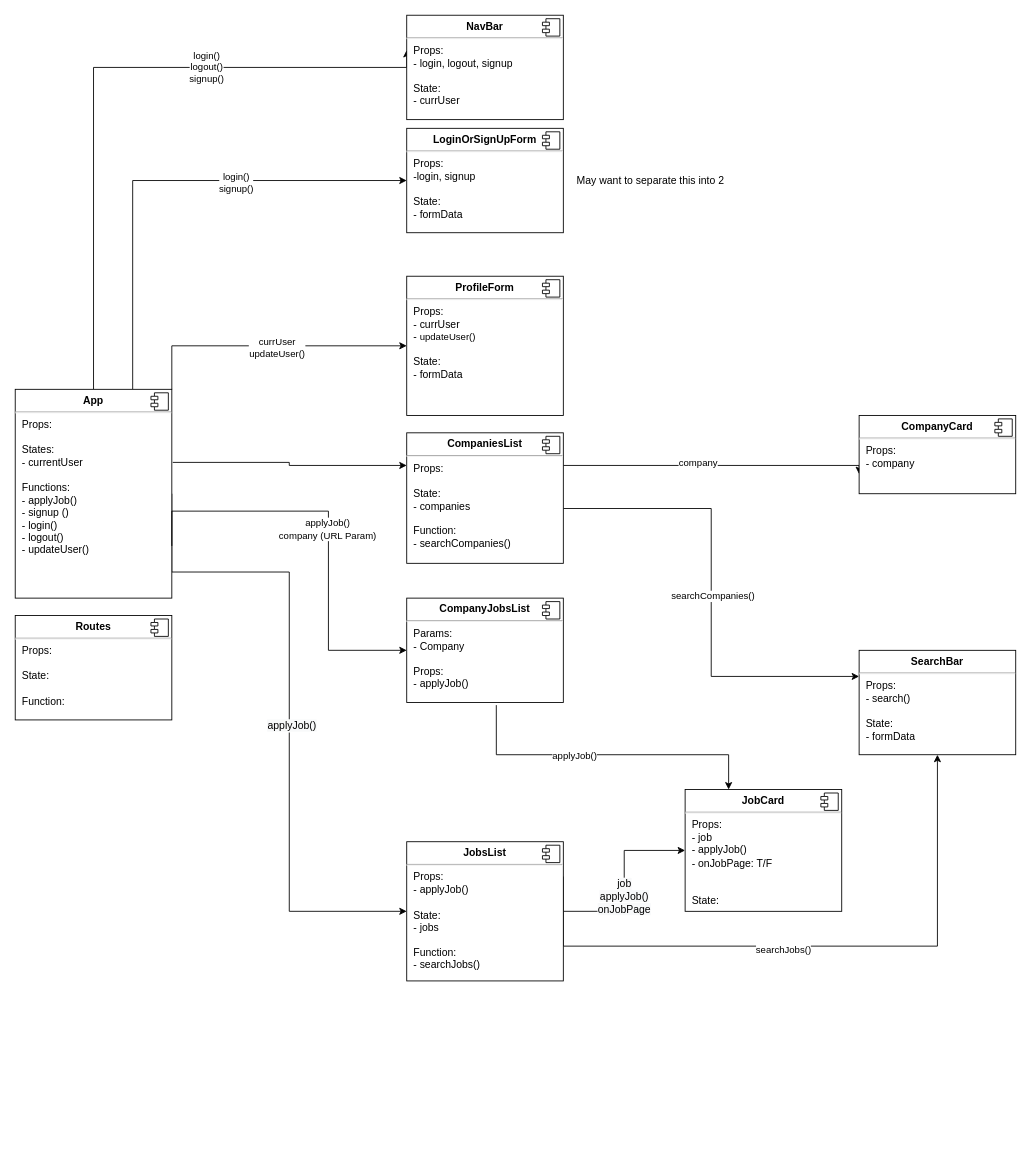
This is react-jobly-frontend-component-diagram.drawio from s34n-k1m/react-jobly-frontend, a draw.io file, before an edit. Source tidied: cells renumbered, new cells numbered last; positions are measured from the earlier drawing's top-left corner, leaving out a move shared by most shapes. Both pictures are drawn from the tidied source at 87%, with x=0, y=0 at pixel (15, 15).
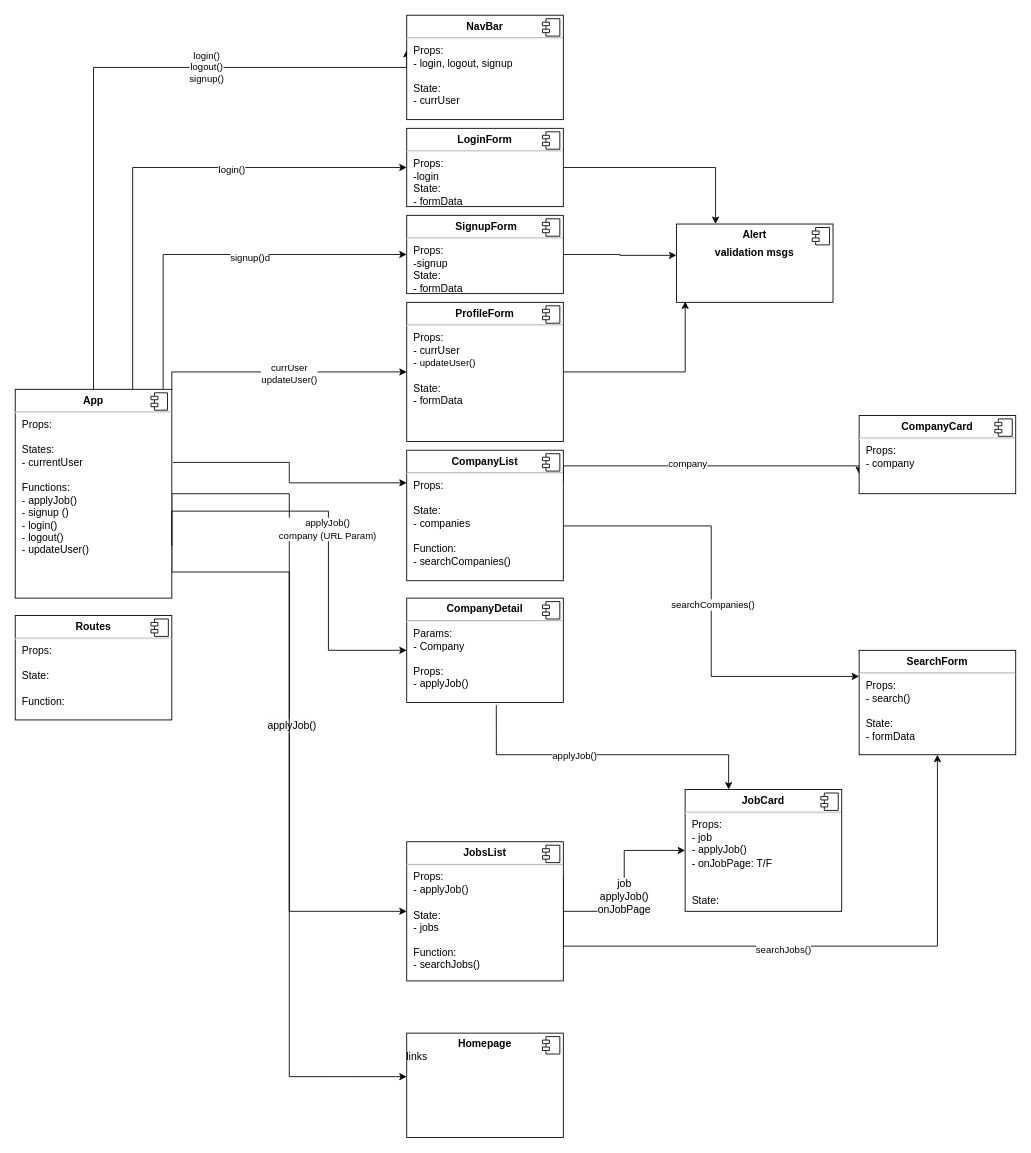
Above is the later version.

Unchanged cells that the change refers to:
```xml
<mxCell id="4" style="edgeStyle=orthogonalEdgeStyle;rounded=0;jettySize=auto;html=1;exitX=0.75;exitY=0;exitDx=0;exitDy=0;entryX=0;entryY=0.5;entryDx=0;entryDy=0;" parent="1" edge="1" source="11" target="30">
  <mxGeometry relative="1" as="geometry" />
</mxCell>
<mxCell id="11" value="&lt;p style=&quot;margin: 0px ; margin-top: 6px ; text-align: center&quot;&gt;&lt;b&gt;App&lt;/b&gt;&lt;/p&gt;&lt;hr&gt;&lt;p style=&quot;margin: 0px ; margin-left: 8px&quot;&gt;Props:&lt;/p&gt;&lt;p style=&quot;margin: 0px ; margin-left: 8px&quot;&gt;&lt;br&gt;&lt;/p&gt;&lt;p style=&quot;margin: 0px ; margin-left: 8px&quot;&gt;States:&lt;/p&gt;&lt;p style=&quot;margin: 0px ; margin-left: 8px&quot;&gt;- currentUser&lt;br&gt;&lt;br&gt;&lt;/p&gt;&lt;p style=&quot;margin: 0px ; margin-left: 8px&quot;&gt;Functions:&lt;/p&gt;&lt;p style=&quot;margin: 0px ; margin-left: 8px&quot;&gt;- applyJob()&lt;/p&gt;&lt;p style=&quot;margin: 0px ; margin-left: 8px&quot;&gt;- signup ()&lt;/p&gt;&lt;p style=&quot;margin: 0px ; margin-left: 8px&quot;&gt;- login()&lt;/p&gt;&lt;p style=&quot;margin: 0px ; margin-left: 8px&quot;&gt;- logout()&lt;/p&gt;&lt;p style=&quot;margin: 0px ; margin-left: 8px&quot;&gt;- updateUser()&lt;/p&gt;&lt;p style=&quot;margin: 0px ; margin-left: 8px&quot;&gt;&lt;br&gt;&lt;/p&gt;" style="align=left;overflow=fill;html=1;" parent="1" vertex="1">
  <mxGeometry y="430" width="180" height="240" as="geometry" />
</mxCell>
```

The edit, as a diff of the source:
```diff
@@
-    <mxCell id="5" value="login()&lt;br&gt;signup()" style="edgeLabel;html=1;align=center;verticalAlign=middle;" parent="4" vertex="1">
+    <mxCell id="5" value="login()&lt;br&gt;" style="edgeLabel;html=1;align=center;verticalAlign=middle;" parent="4" vertex="1">
       <mxGeometry x="0.29" y="-2" relative="1" as="geometry" />
     </mxCell>
@@
+    <mxCell id="45" style="edgeStyle=orthogonalEdgeStyle;rounded=0;jettySize=auto;html=1;entryX=0;entryY=0.5;entryDx=0;entryDy=0;" parent="1" edge="1" source="11" target="51">
+      <mxGeometry relative="1" as="geometry">
+        <Array as="points">
+          <mxPoint x="170" y="275" />
+        </Array>
+      </mxGeometry>
+    </mxCell>
+    <mxCell id="46" value="signup()d" style="edgeLabel;html=1;align=center;verticalAlign=middle;" parent="45" vertex="1">
+      <mxGeometry x="0.17" y="-3" relative="1" as="geometry" />
+    </mxCell>
+    <mxCell id="47" style="edgeStyle=orthogonalEdgeStyle;rounded=0;jettySize=auto;html=1;entryX=0;entryY=0.417;entryDx=0;entryDy=0;entryPerimeter=0;" parent="1" edge="1" source="11" target="53">
+      <mxGeometry relative="1" as="geometry" />
+    </mxCell>
@@
     <mxCell id="12" style="shape=component;jettyWidth=8;jettyHeight=4;" parent="11" vertex="1">
-      <mxGeometry x="1" width="20" height="20" relative="1" as="geometry">
+      <mxGeometry x="1" width="19" height="20" relative="1" as="geometry">
         <mxPoint x="-24" y="4" as="offset" />
       </mxGeometry>
     </mxCell>
@@
-    <mxCell id="19" value="&lt;p style=&quot;margin: 0px ; margin-top: 6px ; text-align: center&quot;&gt;&lt;b&gt;CompaniesList&lt;/b&gt;&lt;/p&gt;&lt;hr&gt;&lt;p style=&quot;margin: 0px ; margin-left: 8px&quot;&gt;Props:&lt;/p&gt;&lt;p style=&quot;margin: 0px ; margin-left: 8px&quot;&gt;&lt;br&gt;&lt;/p&gt;&lt;p style=&quot;margin: 0px ; margin-left: 8px&quot;&gt;State:&amp;nbsp;&lt;/p&gt;&lt;p style=&quot;margin: 0px ; margin-left: 8px&quot;&gt;- companies&lt;/p&gt;&lt;p style=&quot;margin: 0px ; margin-left: 8px&quot;&gt;&lt;br&gt;&lt;/p&gt;&lt;p style=&quot;margin: 0px 0px 0px 8px&quot;&gt;Function:&lt;/p&gt;&lt;p style=&quot;margin: 0px 0px 0px 8px&quot;&gt;- searchCompanies()&lt;br&gt;&lt;/p&gt;&lt;p style=&quot;margin: 0px 0px 0px 8px&quot;&gt;&lt;br&gt;&lt;/p&gt;" style="align=left;overflow=fill;html=1;" parent="1" vertex="1">
-      <mxGeometry x="450" y="480" width="180" height="150" as="geometry" />
+    <mxCell id="19" value="&lt;p style=&quot;margin: 0px ; margin-top: 6px ; text-align: center&quot;&gt;&lt;b&gt;CompanyList&lt;/b&gt;&lt;/p&gt;&lt;hr&gt;&lt;p style=&quot;margin: 0px ; margin-left: 8px&quot;&gt;Props:&lt;/p&gt;&lt;p style=&quot;margin: 0px ; margin-left: 8px&quot;&gt;&lt;br&gt;&lt;/p&gt;&lt;p style=&quot;margin: 0px ; margin-left: 8px&quot;&gt;State:&amp;nbsp;&lt;/p&gt;&lt;p style=&quot;margin: 0px ; margin-left: 8px&quot;&gt;- companies&lt;/p&gt;&lt;p style=&quot;margin: 0px ; margin-left: 8px&quot;&gt;&lt;br&gt;&lt;/p&gt;&lt;p style=&quot;margin: 0px 0px 0px 8px&quot;&gt;Function:&lt;/p&gt;&lt;p style=&quot;margin: 0px 0px 0px 8px&quot;&gt;- searchCompanies()&lt;br&gt;&lt;/p&gt;&lt;p style=&quot;margin: 0px 0px 0px 8px&quot;&gt;&lt;br&gt;&lt;/p&gt;" style="align=left;overflow=fill;html=1;" parent="1" vertex="1">
+      <mxGeometry x="450" y="500" width="180" height="150" as="geometry" />
     </mxCell>
@@
+    <mxCell id="48" style="edgeStyle=orthogonalEdgeStyle;rounded=0;jettySize=auto;html=1;exitX=1;exitY=0.5;exitDx=0;exitDy=0;entryX=0.056;entryY=0.989;entryDx=0;entryDy=0;entryPerimeter=0;" parent="1" edge="1" source="27" target="55">
+      <mxGeometry relative="1" as="geometry" />
+    </mxCell>
     <mxCell id="27" value="&lt;p style=&quot;margin: 0px ; margin-top: 6px ; text-align: center&quot;&gt;&lt;b&gt;ProfileForm&lt;/b&gt;&lt;/p&gt;&lt;hr&gt;&lt;p style=&quot;margin: 0px ; margin-left: 8px&quot;&gt;Props:&lt;/p&gt;&lt;p style=&quot;margin: 0px ; margin-left: 8px&quot;&gt;- currUser&lt;/p&gt;&lt;p style=&quot;margin: 0px ; margin-left: 8px&quot;&gt;-&amp;nbsp;&lt;span style=&quot;background-color: rgb(255 , 255 , 255) ; font-size: 11px&quot;&gt;updateUser()&lt;/span&gt;&lt;/p&gt;&lt;p style=&quot;margin: 0px ; margin-left: 8px&quot;&gt;&lt;br&gt;&lt;/p&gt;&lt;p style=&quot;margin: 0px ; margin-left: 8px&quot;&gt;State:&lt;/p&gt;&lt;p style=&quot;margin: 0px ; margin-left: 8px&quot;&gt;- formData&lt;/p&gt;" style="align=left;overflow=fill;html=1;" parent="1" vertex="1">
-      <mxGeometry x="450" y="300" width="180" height="160" as="geometry" />
+      <mxGeometry x="450" y="330" width="180" height="160" as="geometry" />
     </mxCell>
@@
-    <mxCell id="29" value="&lt;p style=&quot;margin: 0px ; margin-top: 6px ; text-align: center&quot;&gt;&lt;b&gt;SearchBar&lt;/b&gt;&lt;/p&gt;&lt;hr&gt;&lt;p style=&quot;margin: 0px ; margin-left: 8px&quot;&gt;Props:&lt;/p&gt;&lt;p style=&quot;margin: 0px ; margin-left: 8px&quot;&gt;- search()&lt;/p&gt;&lt;p style=&quot;margin: 0px ; margin-left: 8px&quot;&gt;&lt;br&gt;&lt;/p&gt;&lt;p style=&quot;margin: 0px ; margin-left: 8px&quot;&gt;State:&lt;/p&gt;&lt;p style=&quot;margin: 0px ; margin-left: 8px&quot;&gt;- formData&lt;/p&gt;" style="align=left;overflow=fill;html=1;" parent="1" vertex="1">
+    <mxCell id="29" value="&lt;p style=&quot;margin: 0px ; margin-top: 6px ; text-align: center&quot;&gt;&lt;b&gt;SearchForm&lt;/b&gt;&lt;/p&gt;&lt;hr&gt;&lt;p style=&quot;margin: 0px ; margin-left: 8px&quot;&gt;Props:&lt;/p&gt;&lt;p style=&quot;margin: 0px ; margin-left: 8px&quot;&gt;- search()&lt;/p&gt;&lt;p style=&quot;margin: 0px ; margin-left: 8px&quot;&gt;&lt;br&gt;&lt;/p&gt;&lt;p style=&quot;margin: 0px ; margin-left: 8px&quot;&gt;State:&lt;/p&gt;&lt;p style=&quot;margin: 0px ; margin-left: 8px&quot;&gt;- formData&lt;/p&gt;" style="align=left;overflow=fill;html=1;" parent="1" vertex="1">
       <mxGeometry x="970" y="730" width="180" height="120" as="geometry" />
     </mxCell>
+    <mxCell id="49" style="edgeStyle=orthogonalEdgeStyle;rounded=0;jettySize=auto;html=1;entryX=0.25;entryY=0;entryDx=0;entryDy=0;" parent="1" edge="1" source="30" target="55">
+      <mxGeometry relative="1" as="geometry" />
+    </mxCell>
-    <mxCell id="30" value="&lt;p style=&quot;margin: 0px ; margin-top: 6px ; text-align: center&quot;&gt;&lt;b&gt;LoginOrSignUpForm&lt;/b&gt;&lt;/p&gt;&lt;hr&gt;&lt;p style=&quot;margin: 0px ; margin-left: 8px&quot;&gt;Props:&lt;/p&gt;&lt;p style=&quot;margin: 0px ; margin-left: 8px&quot;&gt;-login, signup&lt;/p&gt;&lt;p style=&quot;margin: 0px ; margin-left: 8px&quot;&gt;&lt;br&gt;&lt;/p&gt;&lt;p style=&quot;margin: 0px ; margin-left: 8px&quot;&gt;State:&lt;/p&gt;&lt;p style=&quot;margin: 0px ; margin-left: 8px&quot;&gt;- formData&lt;/p&gt;" style="align=left;overflow=fill;html=1;" parent="1" vertex="1">
-      <mxGeometry x="450" y="130" width="180" height="120" as="geometry" />
+    <mxCell id="30" value="&lt;p style=&quot;margin: 0px ; margin-top: 6px ; text-align: center&quot;&gt;&lt;b&gt;LoginForm&lt;/b&gt;&lt;/p&gt;&lt;hr&gt;&lt;p style=&quot;margin: 0px ; margin-left: 8px&quot;&gt;Props:&lt;/p&gt;&lt;p style=&quot;margin: 0px ; margin-left: 8px&quot;&gt;-login&lt;/p&gt;&lt;p style=&quot;margin: 0px ; margin-left: 8px&quot;&gt;&lt;span&gt;State:&lt;/span&gt;&lt;br&gt;&lt;/p&gt;&lt;p style=&quot;margin: 0px ; margin-left: 8px&quot;&gt;- formData&lt;/p&gt;" style="align=left;overflow=fill;html=1;" parent="1" vertex="1">
+      <mxGeometry x="450" y="130" width="180" height="90" as="geometry" />
     </mxCell>
@@
-    <mxCell id="36" value="&lt;p style=&quot;margin: 0px ; margin-top: 6px ; text-align: center&quot;&gt;&lt;b&gt;CompanyJobsList&lt;/b&gt;&lt;/p&gt;&lt;hr&gt;&lt;p style=&quot;margin: 0px ; margin-left: 8px&quot;&gt;Params:&lt;/p&gt;&lt;p style=&quot;margin: 0px ; margin-left: 8px&quot;&gt;- Company&lt;/p&gt;&lt;p style=&quot;margin: 0px ; margin-left: 8px&quot;&gt;&lt;br&gt;&lt;/p&gt;&lt;p style=&quot;margin: 0px ; margin-left: 8px&quot;&gt;Props:&lt;/p&gt;&lt;p style=&quot;margin: 0px ; margin-left: 8px&quot;&gt;- applyJob()&lt;/p&gt;&lt;p style=&quot;margin: 0px ; margin-left: 8px&quot;&gt;&lt;br&gt;&lt;/p&gt;&lt;p style=&quot;margin: 0px ; margin-left: 8px&quot;&gt;&lt;br&gt;&lt;/p&gt;&lt;p style=&quot;margin: 0px ; margin-left: 8px&quot;&gt;&amp;nbsp;&lt;/p&gt;" style="align=left;overflow=fill;html=1;" parent="1" vertex="1">
+    <mxCell id="36" value="&lt;p style=&quot;margin: 0px ; margin-top: 6px ; text-align: center&quot;&gt;&lt;b&gt;CompanyDetail&lt;/b&gt;&lt;/p&gt;&lt;hr&gt;&lt;p style=&quot;margin: 0px ; margin-left: 8px&quot;&gt;Params:&lt;/p&gt;&lt;p style=&quot;margin: 0px ; margin-left: 8px&quot;&gt;- Company&lt;/p&gt;&lt;p style=&quot;margin: 0px ; margin-left: 8px&quot;&gt;&lt;br&gt;&lt;/p&gt;&lt;p style=&quot;margin: 0px ; margin-left: 8px&quot;&gt;Props:&lt;/p&gt;&lt;p style=&quot;margin: 0px ; margin-left: 8px&quot;&gt;- applyJob()&lt;/p&gt;&lt;p style=&quot;margin: 0px ; margin-left: 8px&quot;&gt;&lt;br&gt;&lt;/p&gt;&lt;p style=&quot;margin: 0px ; margin-left: 8px&quot;&gt;&lt;br&gt;&lt;/p&gt;&lt;p style=&quot;margin: 0px ; margin-left: 8px&quot;&gt;&amp;nbsp;&lt;/p&gt;" style="align=left;overflow=fill;html=1;" parent="1" vertex="1">
       <mxGeometry x="450" y="670" width="180" height="120" as="geometry" />
     </mxCell>
@@
-    <mxCell id="44" value="May want to separate this into 2" style="text;html=1;align=center;verticalAlign=middle;" parent="1" vertex="1">
-      <mxGeometry x="640" y="180" width="180" height="20" as="geometry" />
-    </mxCell>
+    <mxCell id="50" style="edgeStyle=orthogonalEdgeStyle;rounded=0;jettySize=auto;html=1;entryX=0;entryY=0.4;entryDx=0;entryDy=0;entryPerimeter=0;" parent="1" edge="1" source="51" target="55">
+      <mxGeometry relative="1" as="geometry" />
+    </mxCell>
+    <mxCell id="51" value="&lt;p style=&quot;margin: 0px ; margin-top: 6px ; text-align: center&quot;&gt;&lt;b&gt;&amp;nbsp;SignupForm&lt;/b&gt;&lt;/p&gt;&lt;hr&gt;&lt;p style=&quot;margin: 0px ; margin-left: 8px&quot;&gt;Props:&lt;/p&gt;&lt;p style=&quot;margin: 0px ; margin-left: 8px&quot;&gt;&lt;span&gt;-signup&lt;/span&gt;&lt;/p&gt;&lt;p style=&quot;margin: 0px ; margin-left: 8px&quot;&gt;&lt;span&gt;State:&lt;/span&gt;&lt;br&gt;&lt;/p&gt;&lt;p style=&quot;margin: 0px ; margin-left: 8px&quot;&gt;- formData&lt;/p&gt;" style="align=left;overflow=fill;html=1;" parent="1" vertex="1">
+      <mxGeometry x="450" y="230" width="180" height="90" as="geometry" />
+    </mxCell>
+    <mxCell id="52" style="shape=component;jettyWidth=8;jettyHeight=4;" parent="51" vertex="1">
+      <mxGeometry x="1" width="20" height="20" relative="1" as="geometry">
+        <mxPoint x="-24" y="4" as="offset" />
+      </mxGeometry>
+    </mxCell>
+    <mxCell id="53" value="&lt;p style=&quot;margin: 0px ; margin-top: 6px ; text-align: center&quot;&gt;&lt;b&gt;Homepage&lt;/b&gt;&lt;/p&gt;links" style="align=left;overflow=fill;html=1;" parent="1" vertex="1">
+      <mxGeometry x="450" y="1170" width="180" height="120" as="geometry" />
+    </mxCell>
+    <mxCell id="54" style="shape=component;jettyWidth=8;jettyHeight=4;" parent="53" vertex="1">
+      <mxGeometry x="1" width="20" height="20" relative="1" as="geometry">
+        <mxPoint x="-24" y="4" as="offset" />
+      </mxGeometry>
+    </mxCell>
+    <mxCell id="55" value="&lt;p style=&quot;margin: 0px ; margin-top: 6px ; text-align: center&quot;&gt;&lt;b&gt;Alert&lt;/b&gt;&lt;/p&gt;&lt;p style=&quot;margin: 0px ; margin-top: 6px ; text-align: center&quot;&gt;&lt;b&gt;validation msgs&lt;/b&gt;&lt;/p&gt;" style="align=left;overflow=fill;html=1;" parent="1" vertex="1">
+      <mxGeometry x="760" y="240" width="180" height="90" as="geometry" />
+    </mxCell>
+    <mxCell id="56" style="shape=component;jettyWidth=8;jettyHeight=4;" parent="55" vertex="1">
+      <mxGeometry x="1" width="20" height="20" relative="1" as="geometry">
+        <mxPoint x="-24" y="4" as="offset" />
+      </mxGeometry>
+    </mxCell>
```
